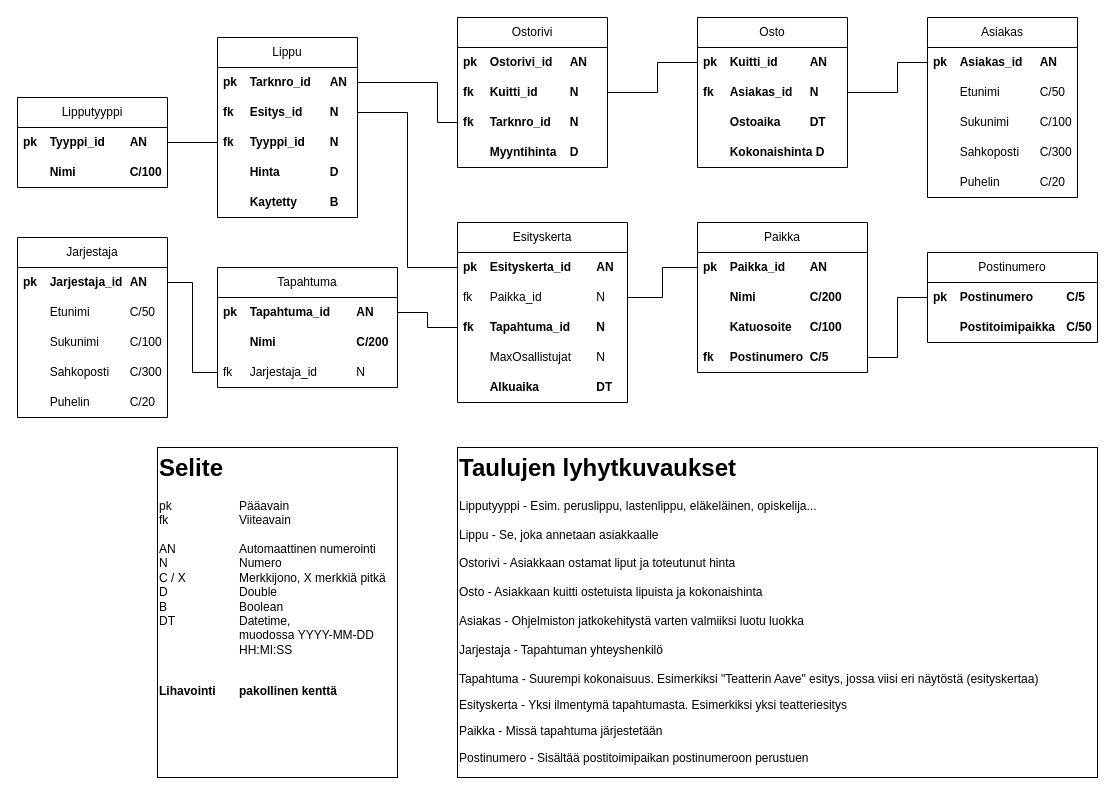
Earlier version of the draw.io diagram page "Sinin muokkauksia" (4 of 5) of kuvat/tietokantakaavio.drawio (YKKOSET/Lippumyynti-ohjelma). Source tidied: cells renumbered, new cells numbered last; positions are measured from the earlier drawing's top-left corner, leaving out a move shared by most shapes. Both pictures are drawn from the tidied source at 100%, with x=0, y=0 at pixel (17, 17).
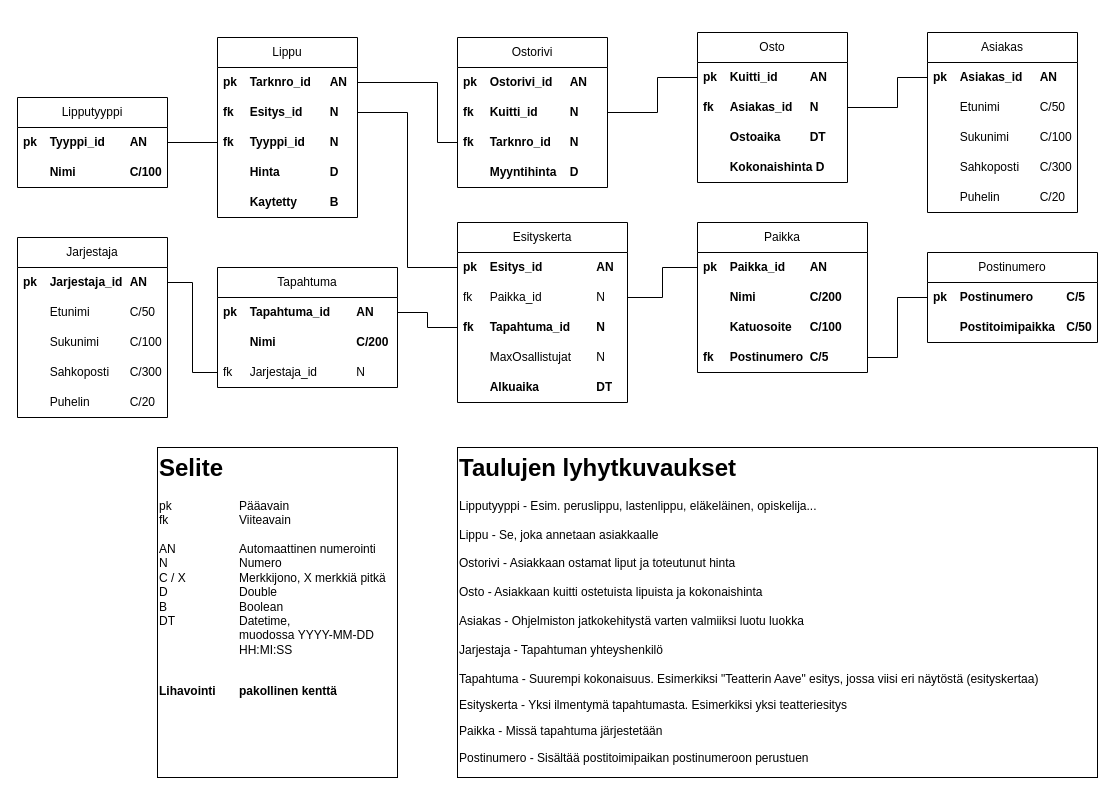
After the change.

Unchanged cells that the change refers to:
```xml
<mxCell id="18" value="pk&lt;span style=&quot;white-space: pre;&quot;&gt;&#9;&lt;/span&gt;Kuitti&lt;span style=&quot;background-color: transparent; color: light-dark(rgb(0, 0, 0), rgb(255, 255, 255));&quot;&gt;_id&lt;/span&gt;&lt;span style=&quot;background-color: transparent; color: light-dark(rgb(0, 0, 0), rgb(255, 255, 255)); white-space: pre;&quot;&gt;&lt;span style=&quot;white-space: pre;&quot;&gt;&#9;&lt;span style=&quot;white-space: pre;&quot;&gt;&#9;&lt;/span&gt;&lt;/span&gt;&lt;/span&gt;&lt;span style=&quot;background-color: transparent; color: light-dark(rgb(0, 0, 0), rgb(255, 255, 255));&quot;&gt;AN&lt;/span&gt;" style="text;strokeColor=none;fillColor=none;align=left;verticalAlign=middle;spacingLeft=4;spacingRight=4;overflow=hidden;points=[[0,0.5],[1,0.5]];portConstraint=eastwest;whiteSpace=wrap;html=1;fontStyle=1;" parent="17" vertex="1">
  <mxGeometry y="30" width="150" height="30" as="geometry" />
</mxCell>
<mxCell id="19" value="fk&lt;span style=&quot;white-space: pre;&quot;&gt;&#9;&lt;/span&gt;Asiakas_id&lt;span style=&quot;white-space: pre;&quot;&gt;&lt;span style=&quot;white-space: pre;&quot;&gt;&#9;&lt;/span&gt;&lt;/span&gt;N" style="text;strokeColor=none;fillColor=none;align=left;verticalAlign=middle;spacingLeft=4;spacingRight=4;overflow=hidden;points=[[0,0.5],[1,0.5]];portConstraint=eastwest;whiteSpace=wrap;html=1;fontStyle=1;" parent="17" vertex="1">
  <mxGeometry y="60" width="150" height="30" as="geometry" />
</mxCell>
<mxCell id="27" value="pk&lt;span style=&quot;white-space: pre;&quot;&gt;&#9;&lt;/span&gt;Asiakas_id&lt;span style=&quot;white-space: pre;&quot;&gt;&lt;span style=&quot;white-space: pre;&quot;&gt;&#9;&lt;/span&gt;A&lt;/span&gt;N" style="text;strokeColor=none;fillColor=none;align=left;verticalAlign=middle;spacingLeft=4;spacingRight=4;overflow=hidden;points=[[0,0.5],[1,0.5]];portConstraint=eastwest;whiteSpace=wrap;html=1;fontStyle=1;" parent="26" vertex="1">
  <mxGeometry y="30" width="150" height="30" as="geometry" />
</mxCell>
<mxCell id="36" value="pk&lt;span style=&quot;white-space: pre;&quot;&gt;&#9;&lt;/span&gt;Tarknro_id&lt;span style=&quot;white-space: pre;&quot;&gt;&#9;&lt;/span&gt;AN" style="text;strokeColor=none;fillColor=none;align=left;verticalAlign=middle;spacingLeft=4;spacingRight=4;overflow=hidden;points=[[0,0.5],[1,0.5]];portConstraint=eastwest;whiteSpace=wrap;html=1;fontStyle=1;" parent="35" vertex="1">
  <mxGeometry y="30" width="140" height="30" as="geometry" />
</mxCell>
<mxCell id="42" value="Esityskerta" style="swimlane;fontStyle=0;horizontal=1;startSize=30;whiteSpace=wrap;html=1;" parent="1" vertex="1">
  <mxGeometry x="440" y="205" width="170" height="180" as="geometry" />
</mxCell>
<mxCell id="57" value="fk&lt;span style=&quot;white-space: pre;&quot;&gt;&#9;&lt;/span&gt;Kuitti_id&lt;span style=&quot;white-space: pre;&quot;&gt;&lt;span style=&quot;white-space: pre;&quot;&gt;&#9;&lt;span style=&quot;white-space: pre;&quot;&gt;&#9;&lt;/span&gt;&lt;/span&gt;&lt;/span&gt;N" style="text;strokeColor=none;fillColor=none;align=left;verticalAlign=middle;spacingLeft=4;spacingRight=4;overflow=hidden;points=[[0,0.5],[1,0.5]];portConstraint=eastwest;whiteSpace=wrap;html=1;fontStyle=1;" parent="55" vertex="1">
  <mxGeometry y="60" width="150" height="30" as="geometry" />
</mxCell>
<mxCell id="58" value="fk&lt;span style=&quot;white-space: pre;&quot;&gt;&#9;&lt;/span&gt;Tarknro_id&lt;span style=&quot;white-space: pre;&quot;&gt;&#9;&lt;/span&gt;N" style="text;strokeColor=none;fillColor=none;align=left;verticalAlign=middle;spacingLeft=4;spacingRight=4;overflow=hidden;points=[[0,0.5],[1,0.5]];portConstraint=eastwest;whiteSpace=wrap;html=1;fontStyle=1;" parent="55" vertex="1">
  <mxGeometry y="90" width="150" height="30" as="geometry" />
</mxCell>
```

Change to the diagram source:
```diff
@@
     <mxCell id="17" value="Osto" style="swimlane;fontStyle=0;horizontal=1;startSize=30;whiteSpace=wrap;html=1;" parent="1" vertex="1">
-      <mxGeometry x="680" width="150" height="150" as="geometry" />
+      <mxGeometry x="680" y="15" width="150" height="150" as="geometry" />
     </mxCell>
@@
     <mxCell id="26" value="Asiakas" style="swimlane;fontStyle=0;horizontal=1;startSize=30;whiteSpace=wrap;html=1;" parent="1" vertex="1">
-      <mxGeometry x="910" width="150" height="180" as="geometry" />
+      <mxGeometry x="910" y="15" width="150" height="180" as="geometry" />
     </mxCell>
@@
-    <mxCell id="43" value="pk&lt;span style=&quot;white-space: pre;&quot;&gt;&#9;&lt;/span&gt;Esityskerta_id&lt;span style=&quot;white-space: pre;&quot;&gt;&#9;&lt;/span&gt;AN" style="text;strokeColor=none;fillColor=none;align=left;verticalAlign=middle;spacingLeft=4;spacingRight=4;overflow=hidden;points=[[0,0.5],[1,0.5]];portConstraint=eastwest;whiteSpace=wrap;html=1;fontStyle=1;" parent="42" vertex="1">
+    <mxCell id="43" value="pk&lt;span style=&quot;white-space: pre;&quot;&gt;&#9;&lt;/span&gt;Esitys_id&lt;span style=&quot;white-space: pre;&quot;&gt;&#9;&lt;span style=&quot;white-space: pre;&quot;&gt;&#9;&lt;/span&gt;&lt;/span&gt;AN" style="text;strokeColor=none;fillColor=none;align=left;verticalAlign=middle;spacingLeft=4;spacingRight=4;overflow=hidden;points=[[0,0.5],[1,0.5]];portConstraint=eastwest;whiteSpace=wrap;html=1;fontStyle=1;" parent="42" vertex="1">
       <mxGeometry y="30" width="170" height="30" as="geometry" />
     </mxCell>
@@
     <mxCell id="52" style="edgeStyle=orthogonalEdgeStyle;rounded=0;jettySize=auto;html=1;entryX=1;entryY=0.5;entryDx=0;entryDy=0;endArrow=none;endFill=0;exitX=0;exitY=0.5;exitDx=0;exitDy=0;" parent="1" edge="1" source="27" target="19">
       <mxGeometry relative="1" as="geometry">
         <Array as="points">
-          <mxPoint x="880" y="45" />
-          <mxPoint x="880" y="75" />
+          <mxPoint x="880" y="60" />
+          <mxPoint x="880" y="90" />
         </Array>
       </mxGeometry>
     </mxCell>
@@
     <mxCell id="55" value="Ostorivi" style="swimlane;fontStyle=0;horizontal=1;startSize=30;whiteSpace=wrap;html=1;" parent="1" vertex="1">
-      <mxGeometry x="440" width="150" height="150" as="geometry" />
+      <mxGeometry x="440" y="20" width="150" height="150" as="geometry" />
     </mxCell>
@@
     <mxCell id="60" style="edgeStyle=orthogonalEdgeStyle;rounded=0;jettySize=auto;html=1;entryX=0;entryY=0.5;entryDx=0;entryDy=0;endArrow=none;endFill=0;exitX=1;exitY=0.5;exitDx=0;exitDy=0;" parent="1" edge="1" source="57" target="18">
       <mxGeometry relative="1" as="geometry">
         <Array as="points">
-          <mxPoint x="640" y="75" />
-          <mxPoint x="640" y="45" />
+          <mxPoint x="640" y="95.1" />
+          <mxPoint x="640" y="60" />
         </Array>
       </mxGeometry>
     </mxCell>
     <mxCell id="61" style="edgeStyle=orthogonalEdgeStyle;rounded=0;jettySize=auto;html=1;entryX=0;entryY=0.5;entryDx=0;entryDy=0;endArrow=none;endFill=0;exitX=1;exitY=0.5;exitDx=0;exitDy=0;" parent="1" edge="1" source="36" target="58">
       <mxGeometry relative="1" as="geometry">
         <Array as="points">
-          <mxPoint x="420" y="65" />
-          <mxPoint x="420" y="105" />
+          <mxPoint x="420" y="65.1" />
+          <mxPoint x="420" y="125.1" />
         </Array>
       </mxGeometry>
     </mxCell>
```
